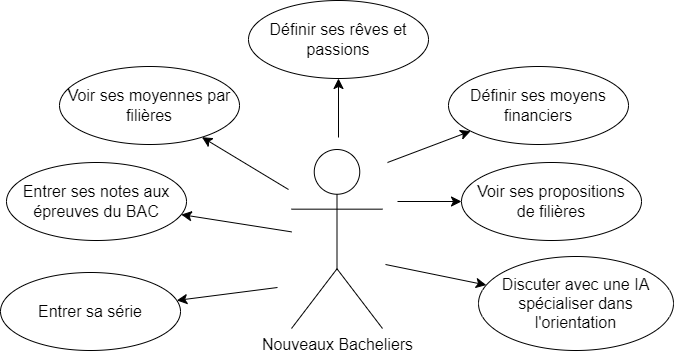
Before: Diagrame_UML-Gnac_Orientation.drawio.png, a diagram exported from draw.io (Gnac05/uml-gnac_orientation). Source tidied: cells renumbered, new cells last; positions are measured from the earlier drawing's top-left corner, leaving out a move shared by most shapes.
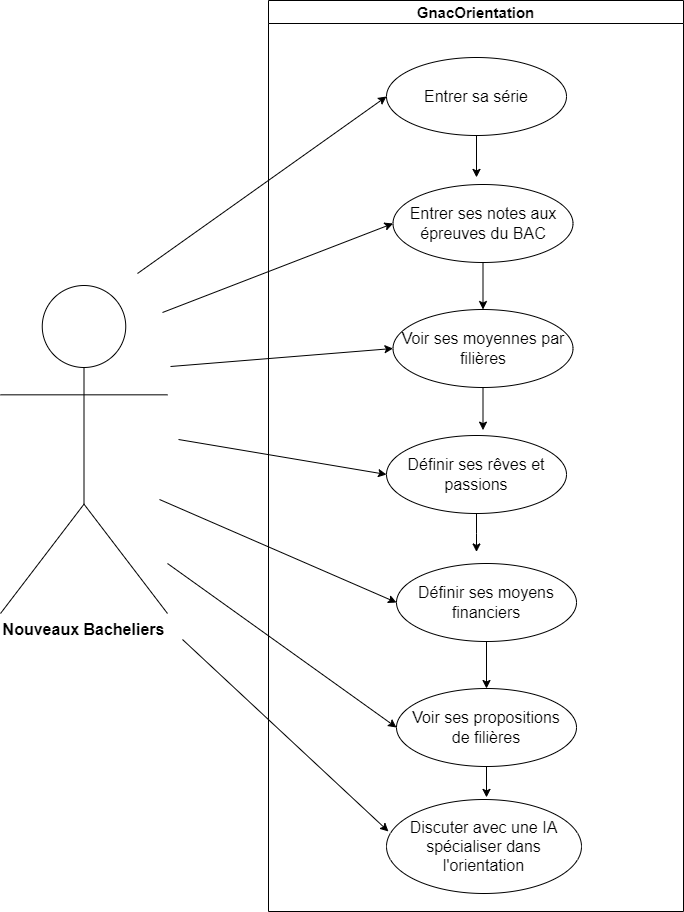
Later version of the same file.

Diff of the diagram source:
```diff
@@ -2,62 +2,93 @@
   <root>
     <mxCell id="0" />
     <mxCell id="1" parent="0" />
-    <mxCell id="2" value="Nouveaux Bacheliers&lt;span id=&quot;docs-internal-guid-da75c117-7fff-f107-a890-4778e28b74f5&quot;&gt;&lt;/span&gt;" style="shape=umlActor;verticalLabelPosition=bottom;verticalAlign=top;html=1;outlineConnect=0;fontSize=16;" parent="1" vertex="1">
-      <mxGeometry x="291" y="149" width="91" height="179" as="geometry" />
+    <mxCell id="2" value="&lt;b&gt;Nouveaux Bacheliers&lt;/b&gt;&lt;span id=&quot;docs-internal-guid-da75c117-7fff-f107-a890-4778e28b74f5&quot;&gt;&lt;/span&gt;" style="shape=umlActor;verticalLabelPosition=bottom;verticalAlign=top;html=1;outlineConnect=0;fontSize=16;" parent="1" vertex="1">
+      <mxGeometry x="126" y="21" width="167" height="328" as="geometry" />
     </mxCell>
-    <mxCell id="3" style="edgeStyle=none;curved=1;rounded=0;jettySize=auto;html=1;fontSize=12;startSize=8;endSize=8;" parent="1" edge="1" source="2" target="4">
-      <mxGeometry relative="1" as="geometry" />
-    </mxCell>
+    <mxCell id="17" style="edgeStyle=orthogonalEdgeStyle;rounded=0;jettySize=auto;html=1;entryX=0.5;entryY=0;entryDx=0;entryDy=0;" parent="1" edge="1" source="4" target="10">
+      <mxGeometry relative="1" as="geometry" />
+    </mxCell>
     <mxCell id="4" value="Entrer ses notes aux épreuves du BAC" style="ellipse;whiteSpace=wrap;html=1;fontSize=16;" parent="1" vertex="1">
-      <mxGeometry x="6" y="162" width="180" height="78" as="geometry" />
+      <mxGeometry x="518.5" y="-80" width="180" height="78" as="geometry" />
     </mxCell>
-    <mxCell id="5" style="edgeStyle=none;curved=1;rounded=0;jettySize=auto;html=1;fontSize=12;startSize=8;endSize=8;" parent="1" edge="1" target="6">
-      <mxGeometry relative="1" as="geometry">
-        <mxPoint x="385" y="264" as="sourcePoint" />
-      </mxGeometry>
-    </mxCell>
     <mxCell id="6" value="Discuter avec une IA spécialiser dans l'orientation" style="ellipse;whiteSpace=wrap;html=1;fontSize=16;" parent="1" vertex="1">
-      <mxGeometry x="478" y="256" width="195" height="94" as="geometry" />
+      <mxGeometry x="512" y="535" width="195" height="94" as="geometry" />
     </mxCell>
-    <mxCell id="7" style="edgeStyle=none;curved=1;rounded=0;jettySize=auto;html=1;fontSize=12;startSize=8;endSize=8;" parent="1" edge="1" target="8">
-      <mxGeometry relative="1" as="geometry">
-        <mxPoint x="277" y="287" as="sourcePoint" />
-      </mxGeometry>
-    </mxCell>
+    <mxCell id="18" style="edgeStyle=orthogonalEdgeStyle;rounded=0;jettySize=auto;html=1;" parent="1" edge="1" source="8">
+      <mxGeometry relative="1" as="geometry">
+        <mxPoint x="602" y="-87.1" as="targetPoint" />
+      </mxGeometry>
+    </mxCell>
     <mxCell id="8" value="Entrer sa série" style="ellipse;whiteSpace=wrap;html=1;fontSize=16;" parent="1" vertex="1">
-      <mxGeometry y="272" width="180" height="78" as="geometry" />
+      <mxGeometry x="512" y="-207" width="180" height="78" as="geometry" />
     </mxCell>
-    <mxCell id="9" style="edgeStyle=none;curved=1;rounded=0;jettySize=auto;html=1;fontSize=12;startSize=8;endSize=8;" parent="1" edge="1" target="10">
-      <mxGeometry relative="1" as="geometry">
-        <mxPoint x="288" y="189" as="sourcePoint" />
-      </mxGeometry>
-    </mxCell>
+    <mxCell id="19" style="edgeStyle=orthogonalEdgeStyle;rounded=0;jettySize=auto;html=1;" parent="1" edge="1" source="10">
+      <mxGeometry relative="1" as="geometry">
+        <mxPoint x="608.5" y="165.6" as="targetPoint" />
+      </mxGeometry>
+    </mxCell>
     <mxCell id="10" value="Voir ses moyennes par filières" style="ellipse;whiteSpace=wrap;html=1;fontSize=16;" parent="1" vertex="1">
-      <mxGeometry x="59" y="66" width="180" height="78" as="geometry" />
+      <mxGeometry x="518.5" y="45" width="180" height="78" as="geometry" />
     </mxCell>
-    <mxCell id="11" style="edgeStyle=none;curved=1;rounded=0;jettySize=auto;html=1;fontSize=12;startSize=8;endSize=8;" parent="1" edge="1" target="12">
-      <mxGeometry relative="1" as="geometry">
-        <mxPoint x="338" y="137" as="sourcePoint" />
-      </mxGeometry>
-    </mxCell>
+    <mxCell id="20" style="edgeStyle=orthogonalEdgeStyle;rounded=0;jettySize=auto;html=1;" parent="1" edge="1" source="12">
+      <mxGeometry relative="1" as="geometry">
+        <mxPoint x="602" y="287.5" as="targetPoint" />
+      </mxGeometry>
+    </mxCell>
     <mxCell id="12" value="Définir ses rêves et passions" style="ellipse;whiteSpace=wrap;html=1;fontSize=16;" parent="1" vertex="1">
-      <mxGeometry x="248" width="180" height="78" as="geometry" />
+      <mxGeometry x="512" y="171" width="180" height="78" as="geometry" />
     </mxCell>
-    <mxCell id="13" style="edgeStyle=none;curved=1;rounded=0;jettySize=auto;html=1;fontSize=12;startSize=8;endSize=8;" parent="1" edge="1" target="14">
-      <mxGeometry relative="1" as="geometry">
-        <mxPoint x="387" y="162" as="sourcePoint" />
-      </mxGeometry>
-    </mxCell>
+    <mxCell id="21" style="edgeStyle=orthogonalEdgeStyle;rounded=0;jettySize=auto;html=1;entryX=0.5;entryY=0;entryDx=0;entryDy=0;" parent="1" edge="1" source="14" target="16">
+      <mxGeometry relative="1" as="geometry" />
+    </mxCell>
     <mxCell id="14" value="Définir ses moyens financiers" style="ellipse;whiteSpace=wrap;html=1;fontSize=16;" parent="1" vertex="1">
-      <mxGeometry x="448" y="66" width="180" height="78" as="geometry" />
+      <mxGeometry x="522" y="299" width="180" height="78" as="geometry" />
     </mxCell>
-    <mxCell id="15" style="edgeStyle=none;curved=1;rounded=0;jettySize=auto;html=1;fontSize=12;startSize=8;endSize=8;" parent="1" edge="1" target="16">
-      <mxGeometry relative="1" as="geometry">
-        <mxPoint x="397" y="201" as="sourcePoint" />
-      </mxGeometry>
-    </mxCell>
+    <mxCell id="22" style="edgeStyle=orthogonalEdgeStyle;rounded=0;jettySize=auto;html=1;" parent="1" edge="1" source="16">
+      <mxGeometry relative="1" as="geometry">
+        <mxPoint x="612" y="532.9" as="targetPoint" />
+      </mxGeometry>
+    </mxCell>
     <mxCell id="16" value="Voir ses propositions &lt;br&gt;de filières" style="ellipse;whiteSpace=wrap;html=1;fontSize=16;" parent="1" vertex="1">
-      <mxGeometry x="461" y="162" width="180" height="78" as="geometry" />
+      <mxGeometry x="522" y="424" width="180" height="78" as="geometry" />
     </mxCell>
+    <mxCell id="23" value="&lt;font style=&quot;font-size: 15px;&quot;&gt;GnacOrientation&lt;/font&gt;" style="swimlane;whiteSpace=wrap;html=1;" parent="1" vertex="1">
+      <mxGeometry x="394" y="-264" width="415" height="911" as="geometry" />
+    </mxCell>
+    <mxCell id="24" style="endArrow=classic;html=1;rounded=0;entryX=0;entryY=0.5;entryDx=0;entryDy=0;" parent="1" edge="1" target="8">
+      <mxGeometry relative="1" as="geometry">
+        <mxPoint x="263" y="9" as="sourcePoint" />
+      </mxGeometry>
+    </mxCell>
+    <mxCell id="25" style="endArrow=classic;html=1;rounded=0;entryX=0;entryY=0.5;entryDx=0;entryDy=0;" parent="1" edge="1" target="4">
+      <mxGeometry relative="1" as="geometry">
+        <mxPoint x="288" y="48" as="sourcePoint" />
+      </mxGeometry>
+    </mxCell>
+    <mxCell id="26" style="endArrow=classic;html=1;rounded=0;entryX=0;entryY=0.5;entryDx=0;entryDy=0;" parent="1" edge="1" target="10">
+      <mxGeometry relative="1" as="geometry">
+        <mxPoint x="296" y="102" as="sourcePoint" />
+      </mxGeometry>
+    </mxCell>
+    <mxCell id="27" style="endArrow=classic;html=1;rounded=0;entryX=0;entryY=0.5;entryDx=0;entryDy=0;" parent="1" edge="1" target="12">
+      <mxGeometry relative="1" as="geometry">
+        <mxPoint x="304" y="175" as="sourcePoint" />
+      </mxGeometry>
+    </mxCell>
+    <mxCell id="28" style="endArrow=classic;html=1;rounded=0;entryX=0;entryY=0.5;entryDx=0;entryDy=0;" parent="1" edge="1" target="14">
+      <mxGeometry relative="1" as="geometry">
+        <mxPoint x="285" y="235" as="sourcePoint" />
+      </mxGeometry>
+    </mxCell>
+    <mxCell id="29" style="endArrow=classic;html=1;rounded=0;entryX=0;entryY=0.5;entryDx=0;entryDy=0;" parent="1" edge="1" target="16">
+      <mxGeometry relative="1" as="geometry">
+        <mxPoint x="293" y="299" as="sourcePoint" />
+      </mxGeometry>
+    </mxCell>
+    <mxCell id="30" style="endArrow=classic;html=1;rounded=0;entryX=0.01;entryY=0.34;entryDx=0;entryDy=0;entryPerimeter=0;" parent="1" edge="1" target="6">
+      <mxGeometry relative="1" as="geometry">
+        <mxPoint x="308" y="375" as="sourcePoint" />
+      </mxGeometry>
+    </mxCell>
   </root>
 </mxGraphModel>
```
